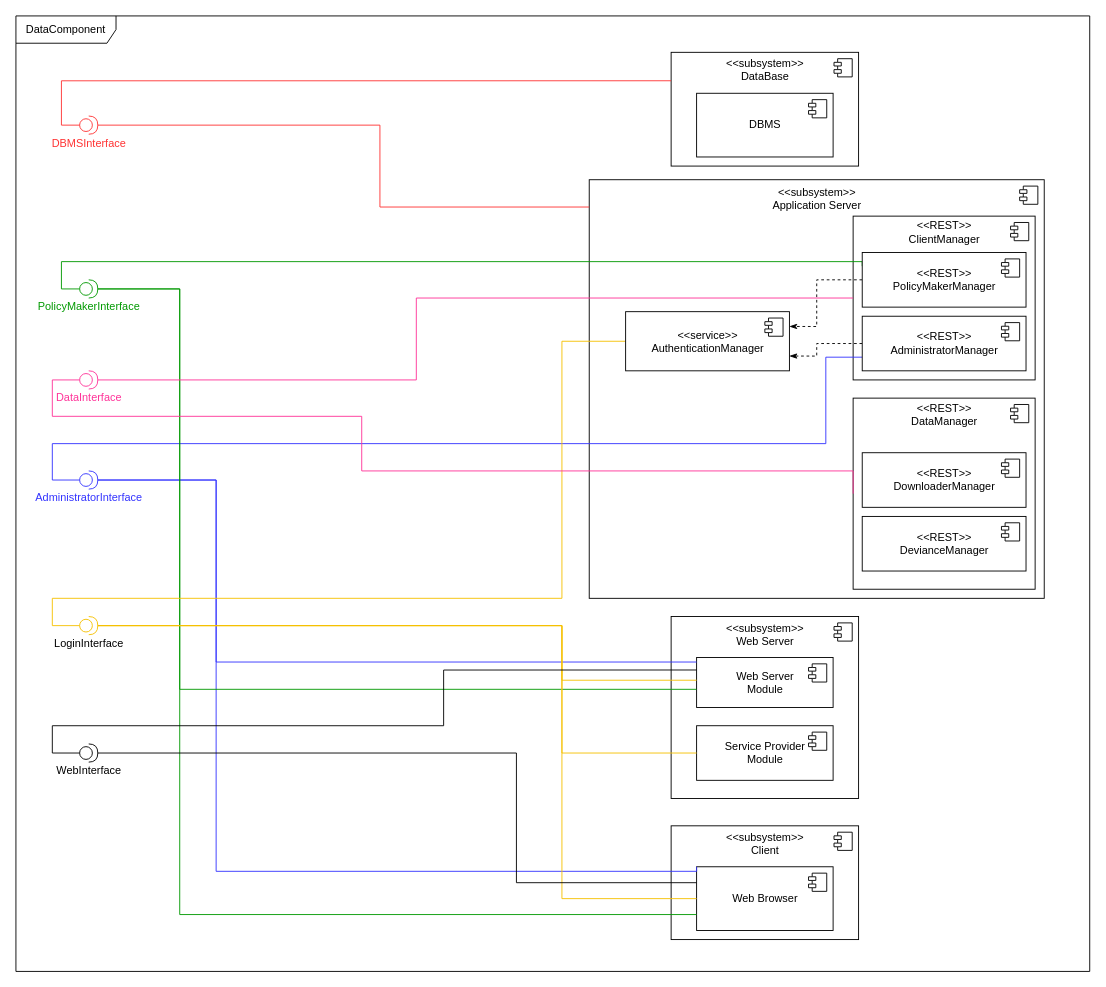
Before: page "DataComponent" (2 of 2) of DD Diagrams/ComponentDiagram.drawio in matteovisotto/SE2-CecchettoSirianiVisotto, a draw.io diagram. Source tidied: cells renumbered, new cells numbered last; positions are measured from the earlier drawing's top-left corner, leaving out a move shared by most shapes. Both pictures are drawn from the tidied source at 91%, with x=0, y=0 at pixel (15, 15).
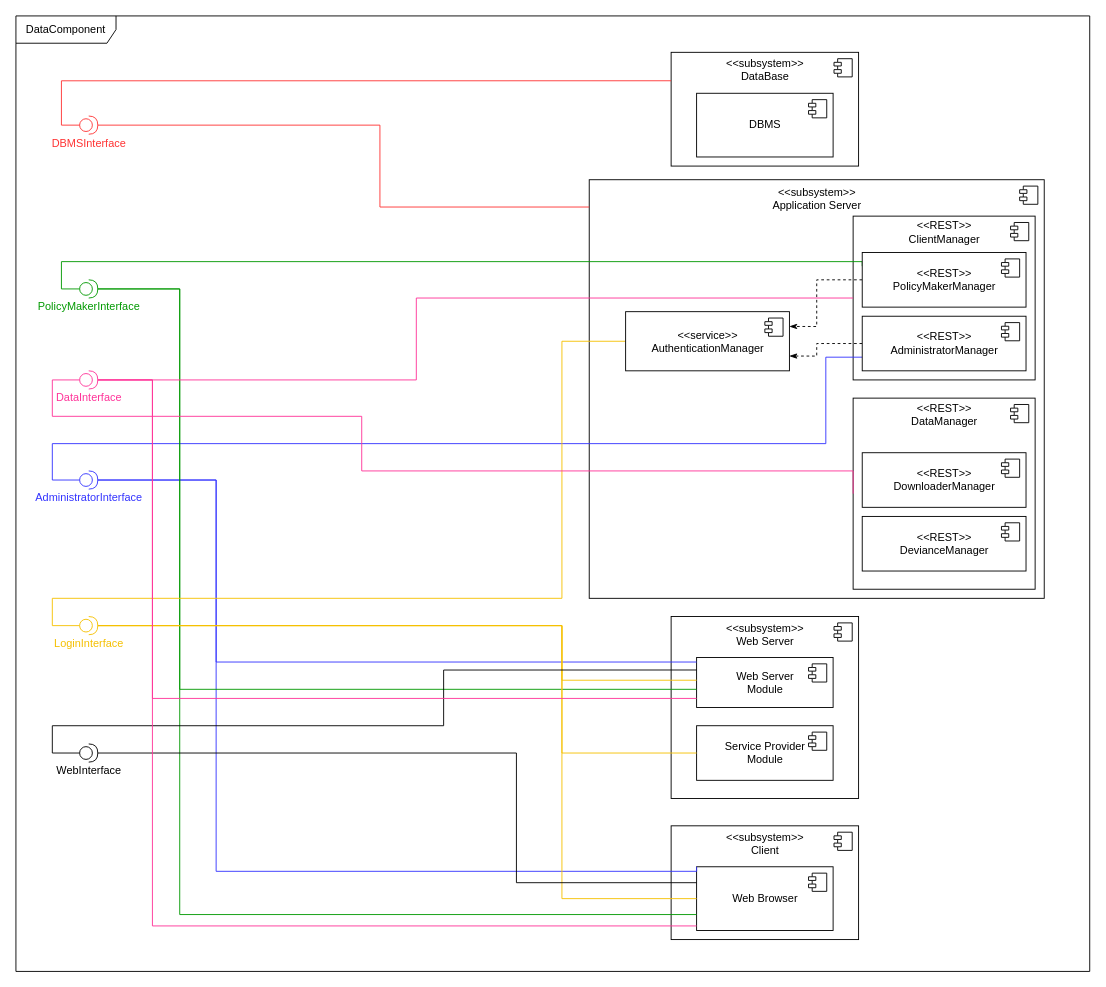
The same diagram, later.

Unchanged cells that the change refers to:
```xml
<mxCell id="6" value="Web Browser" style="html=1;" parent="3" vertex="1">
  <mxGeometry x="28" y="45" width="150" height="70" as="geometry" />
</mxCell>
<mxCell id="15" value="Web Server &lt;br&gt;Module" style="html=1;" parent="12" vertex="1">
  <mxGeometry x="28" y="45" width="150" height="55" as="geometry" />
</mxCell>
<mxCell id="59" value="&lt;font color=&quot;#ff3399&quot;&gt;DataInterface&lt;/font&gt;" style="shape=providedRequiredInterface;html=1;verticalLabelPosition=bottom;sketch=0;strokeColor=#FF3399;" parent="1" vertex="1">
  <mxGeometry x="70" y="390" width="20" height="20" as="geometry" />
</mxCell>
```

Diff of the diagram source:
```diff
@@
-    <mxCell id="37" value="LoginInterface" style="shape=providedRequiredInterface;html=1;verticalLabelPosition=bottom;sketch=0;strokeColor=#F5C000;" parent="1" vertex="1">
+    <mxCell id="37" value="&lt;font color=&quot;#f5c000&quot;&gt;LoginInterface&lt;/font&gt;" style="shape=providedRequiredInterface;html=1;verticalLabelPosition=bottom;sketch=0;strokeColor=#F5C000;" parent="1" vertex="1">
       <mxGeometry x="70" y="660" width="20" height="20" as="geometry" />
     </mxCell>
@@
+    <mxCell id="60" style="edgeStyle=orthogonalEdgeStyle;rounded=0;jettySize=auto;html=1;exitX=1;exitY=0.5;exitDx=0;exitDy=0;exitPerimeter=0;endArrow=none;endFill=0;strokeColor=#FF3399;" parent="1" edge="1" source="59" target="6">
+      <mxGeometry relative="1" as="geometry">
+        <Array as="points">
+          <mxPoint x="150" y="400" />
+          <mxPoint x="150" y="1000" />
+        </Array>
+      </mxGeometry>
+    </mxCell>
+    <mxCell id="61" style="edgeStyle=orthogonalEdgeStyle;rounded=0;jettySize=auto;html=1;exitX=1;exitY=0.5;exitDx=0;exitDy=0;exitPerimeter=0;endArrow=none;endFill=0;strokeColor=#FF3399;" parent="1" edge="1" source="59" target="15">
+      <mxGeometry relative="1" as="geometry">
+        <Array as="points">
+          <mxPoint x="150" y="400" />
+          <mxPoint x="150" y="750" />
+        </Array>
+      </mxGeometry>
+    </mxCell>
```
